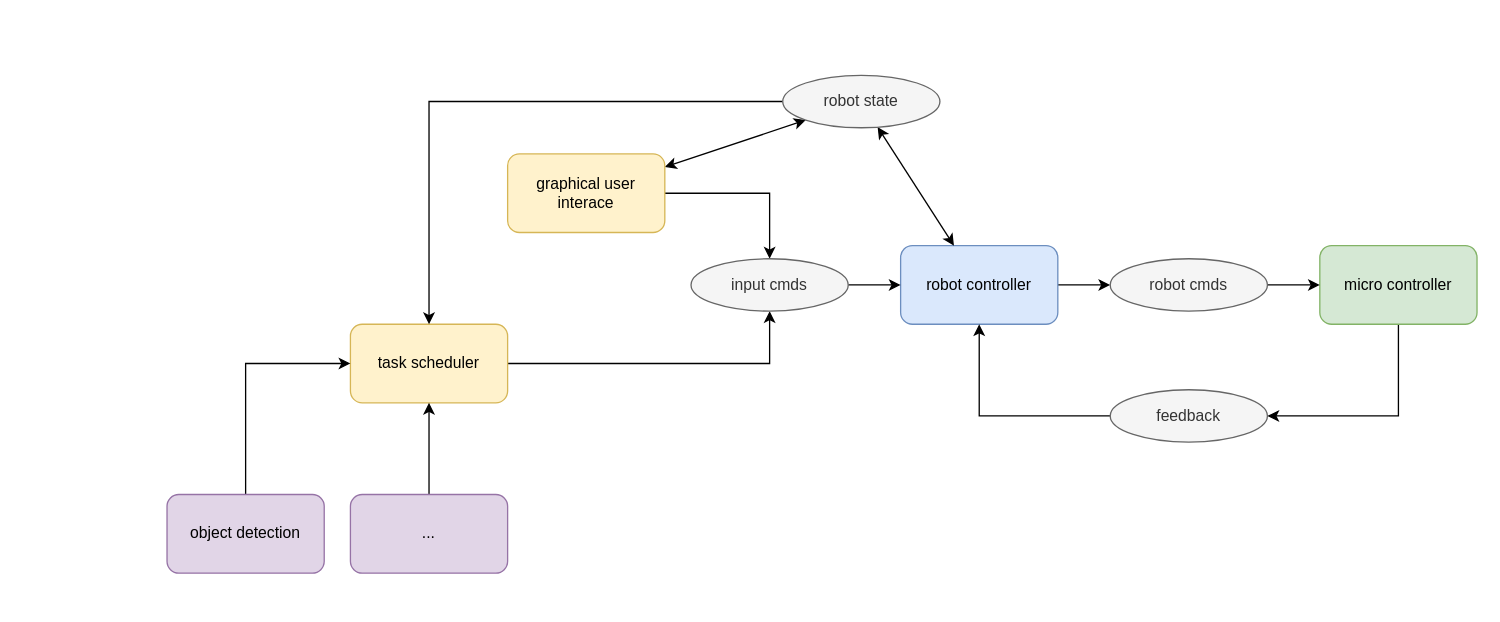
Above: docs/nodes_diagram.drawio in itacarobotics/Metis (draw.io), before the change. Source tidied: cells renumbered, new cells numbered last; positions are measured from the earlier drawing's top-left corner, leaving out a move shared by most shapes. Both pictures are drawn from the tidied source at 131%, with x=0, y=0 at pixel (166, 75).
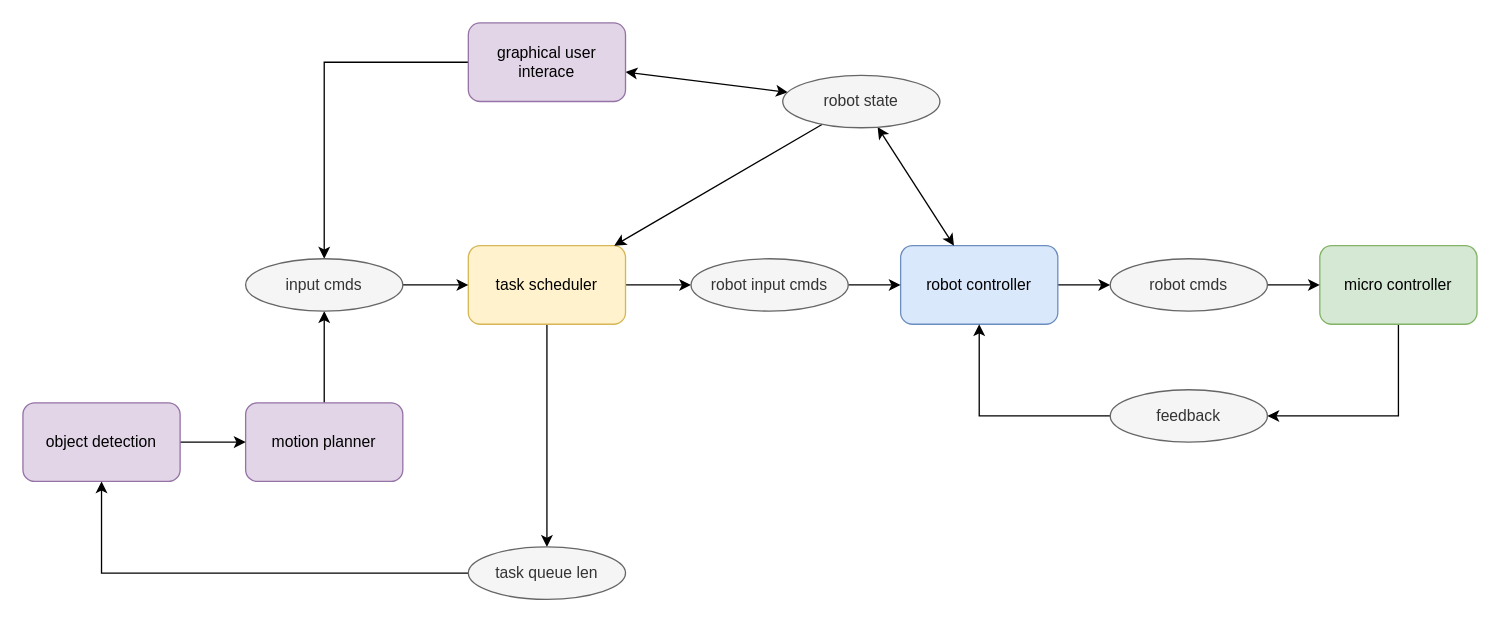
Above is the later version.

Commit message (it also covers changes not shown here):
added task scheduler

Unchanged cells that the change refers to:
```xml
<mxCell id="3" value="robot controller" style="rounded=1;whiteSpace=wrap;html=1;fillColor=#dae8fc;strokeColor=#6c8ebf;" parent="1" vertex="1">
  <mxGeometry x="560" y="130" width="120" height="60" as="geometry" />
</mxCell>
<mxCell id="19" value="robot state" style="ellipse;whiteSpace=wrap;html=1;fillColor=#f5f5f5;strokeColor=#666666;fontColor=#333333;" parent="1" vertex="1">
  <mxGeometry x="470" width="120" height="40" as="geometry" />
</mxCell>
```

What changed in the source:
```diff
@@
-    <mxCell id="6" style="edgeStyle=orthogonalEdgeStyle;rounded=0;jettySize=auto;html=1;entryX=0.5;entryY=0;entryDx=0;entryDy=0;" parent="1" edge="1" source="8" target="12">
-      <mxGeometry relative="1" as="geometry" />
-    </mxCell>
@@
+    <mxCell id="24" style="edgeStyle=orthogonalEdgeStyle;rounded=0;jettySize=auto;html=1;" parent="1" edge="1" source="8" target="30">
+      <mxGeometry relative="1" as="geometry" />
+    </mxCell>
-    <mxCell id="8" value="graphical user interace" style="rounded=1;whiteSpace=wrap;html=1;fillColor=#fff2cc;strokeColor=#d6b656;" parent="1" vertex="1">
-      <mxGeometry x="260" y="60" width="120" height="60" as="geometry" />
+    <mxCell id="8" value="graphical user interace" style="rounded=1;whiteSpace=wrap;html=1;fillColor=#e1d5e7;strokeColor=#9673a6;" parent="1" vertex="1">
+      <mxGeometry x="230" y="-40" width="120" height="60" as="geometry" />
     </mxCell>
-    <mxCell id="9" style="edgeStyle=orthogonalEdgeStyle;rounded=0;jettySize=auto;html=1;entryX=0.5;entryY=1;entryDx=0;entryDy=0;" parent="1" edge="1" source="10" target="12">
+    <mxCell id="9" style="edgeStyle=orthogonalEdgeStyle;rounded=0;jettySize=auto;html=1;" parent="1" edge="1" source="10" target="12">
       <mxGeometry relative="1" as="geometry" />
     </mxCell>
+    <mxCell id="25" style="rounded=0;jettySize=auto;html=1;edgeStyle=orthogonalEdgeStyle;" parent="1" edge="1" source="10" target="32">
+      <mxGeometry relative="1" as="geometry" />
+    </mxCell>
     <mxCell id="10" value="task scheduler" style="rounded=1;whiteSpace=wrap;html=1;fillColor=#fff2cc;strokeColor=#d6b656;" parent="1" vertex="1">
-      <mxGeometry x="140" y="190" width="120" height="60" as="geometry" />
+      <mxGeometry x="230" y="130" width="120" height="60" as="geometry" />
     </mxCell>
@@
-    <mxCell id="12" value="input cmds" style="ellipse;whiteSpace=wrap;html=1;fillColor=#f5f5f5;strokeColor=#666666;fontColor=#333333;" parent="1" vertex="1">
+    <mxCell id="12" value="robot input cmds" style="ellipse;whiteSpace=wrap;html=1;fillColor=#f5f5f5;strokeColor=#666666;fontColor=#333333;" parent="1" vertex="1">
       <mxGeometry x="400" y="140" width="120" height="40" as="geometry" />
     </mxCell>
@@
+    <mxCell id="18" style="rounded=0;jettySize=auto;html=1;startArrow=classic;startFill=1;" parent="1" edge="1" source="19" target="3">
+      <mxGeometry relative="1" as="geometry" />
+    </mxCell>
-    <mxCell id="17" style="edgeStyle=orthogonalEdgeStyle;rounded=0;jettySize=auto;html=1;" parent="1" edge="1" source="19" target="10">
+    <mxCell id="17" style="rounded=0;jettySize=auto;html=1;" parent="1" edge="1" source="19" target="10">
       <mxGeometry relative="1" as="geometry" />
     </mxCell>
-    <mxCell id="18" style="rounded=0;jettySize=auto;html=1;startArrow=classic;startFill=1;" parent="1" edge="1" source="19" target="3">
-      <mxGeometry relative="1" as="geometry" />
-    </mxCell>
@@
-    <mxCell id="20" style="edgeStyle=orthogonalEdgeStyle;rounded=0;jettySize=auto;html=1;" parent="1" edge="1" source="21" target="10">
-      <mxGeometry relative="1" as="geometry" />
-    </mxCell>
-    <mxCell id="21" value="..." style="rounded=1;whiteSpace=wrap;html=1;fillColor=#e1d5e7;strokeColor=#9673a6;" parent="1" vertex="1">
-      <mxGeometry x="140" y="320" width="120" height="60" as="geometry" />
-    </mxCell>
-    <mxCell id="22" style="edgeStyle=orthogonalEdgeStyle;rounded=0;jettySize=auto;html=1;entryX=0;entryY=0.5;entryDx=0;entryDy=0;" parent="1" edge="1" source="23" target="10">
-      <mxGeometry relative="1" as="geometry">
-        <Array as="points">
-          <mxPoint x="60" y="220" />
-        </Array>
-      </mxGeometry>
-    </mxCell>
+    <mxCell id="26" style="edgeStyle=orthogonalEdgeStyle;rounded=0;jettySize=auto;html=1;" parent="1" edge="1" source="23" target="30">
+      <mxGeometry relative="1" as="geometry" />
+    </mxCell>
-    <mxCell id="23" value="object detection" style="rounded=1;whiteSpace=wrap;html=1;fillColor=#e1d5e7;strokeColor=#9673a6;" parent="1" vertex="1">
-      <mxGeometry y="320" width="120" height="60" as="geometry" />
+    <mxCell id="23" value="motion planner" style="rounded=1;whiteSpace=wrap;html=1;fillColor=#e1d5e7;strokeColor=#9673a6;" parent="1" vertex="1">
+      <mxGeometry x="60" y="250" width="120" height="60" as="geometry" />
     </mxCell>
+    <mxCell id="27" style="edgeStyle=orthogonalEdgeStyle;rounded=0;jettySize=auto;html=1;" parent="1" edge="1" source="28" target="23">
+      <mxGeometry relative="1" as="geometry" />
+    </mxCell>
+    <mxCell id="28" value="object detection" style="rounded=1;whiteSpace=wrap;html=1;fillColor=#e1d5e7;strokeColor=#9673a6;" parent="1" vertex="1">
+      <mxGeometry x="-110" y="250" width="120" height="60" as="geometry" />
+    </mxCell>
+    <mxCell id="29" style="edgeStyle=orthogonalEdgeStyle;rounded=0;jettySize=auto;html=1;" parent="1" edge="1" source="30" target="10">
+      <mxGeometry relative="1" as="geometry" />
+    </mxCell>
+    <mxCell id="30" value="input cmds" style="ellipse;whiteSpace=wrap;html=1;fillColor=#f5f5f5;strokeColor=#666666;fontColor=#333333;" parent="1" vertex="1">
+      <mxGeometry x="60" y="140" width="120" height="40" as="geometry" />
+    </mxCell>
+    <mxCell id="31" style="edgeStyle=orthogonalEdgeStyle;rounded=0;jettySize=auto;html=1;" parent="1" edge="1" source="32" target="28">
+      <mxGeometry relative="1" as="geometry" />
+    </mxCell>
+    <mxCell id="32" value="task queue len" style="ellipse;whiteSpace=wrap;html=1;fillColor=#f5f5f5;strokeColor=#666666;fontColor=#333333;" parent="1" vertex="1">
+      <mxGeometry x="230" y="360" width="120" height="40" as="geometry" />
+    </mxCell>
```
